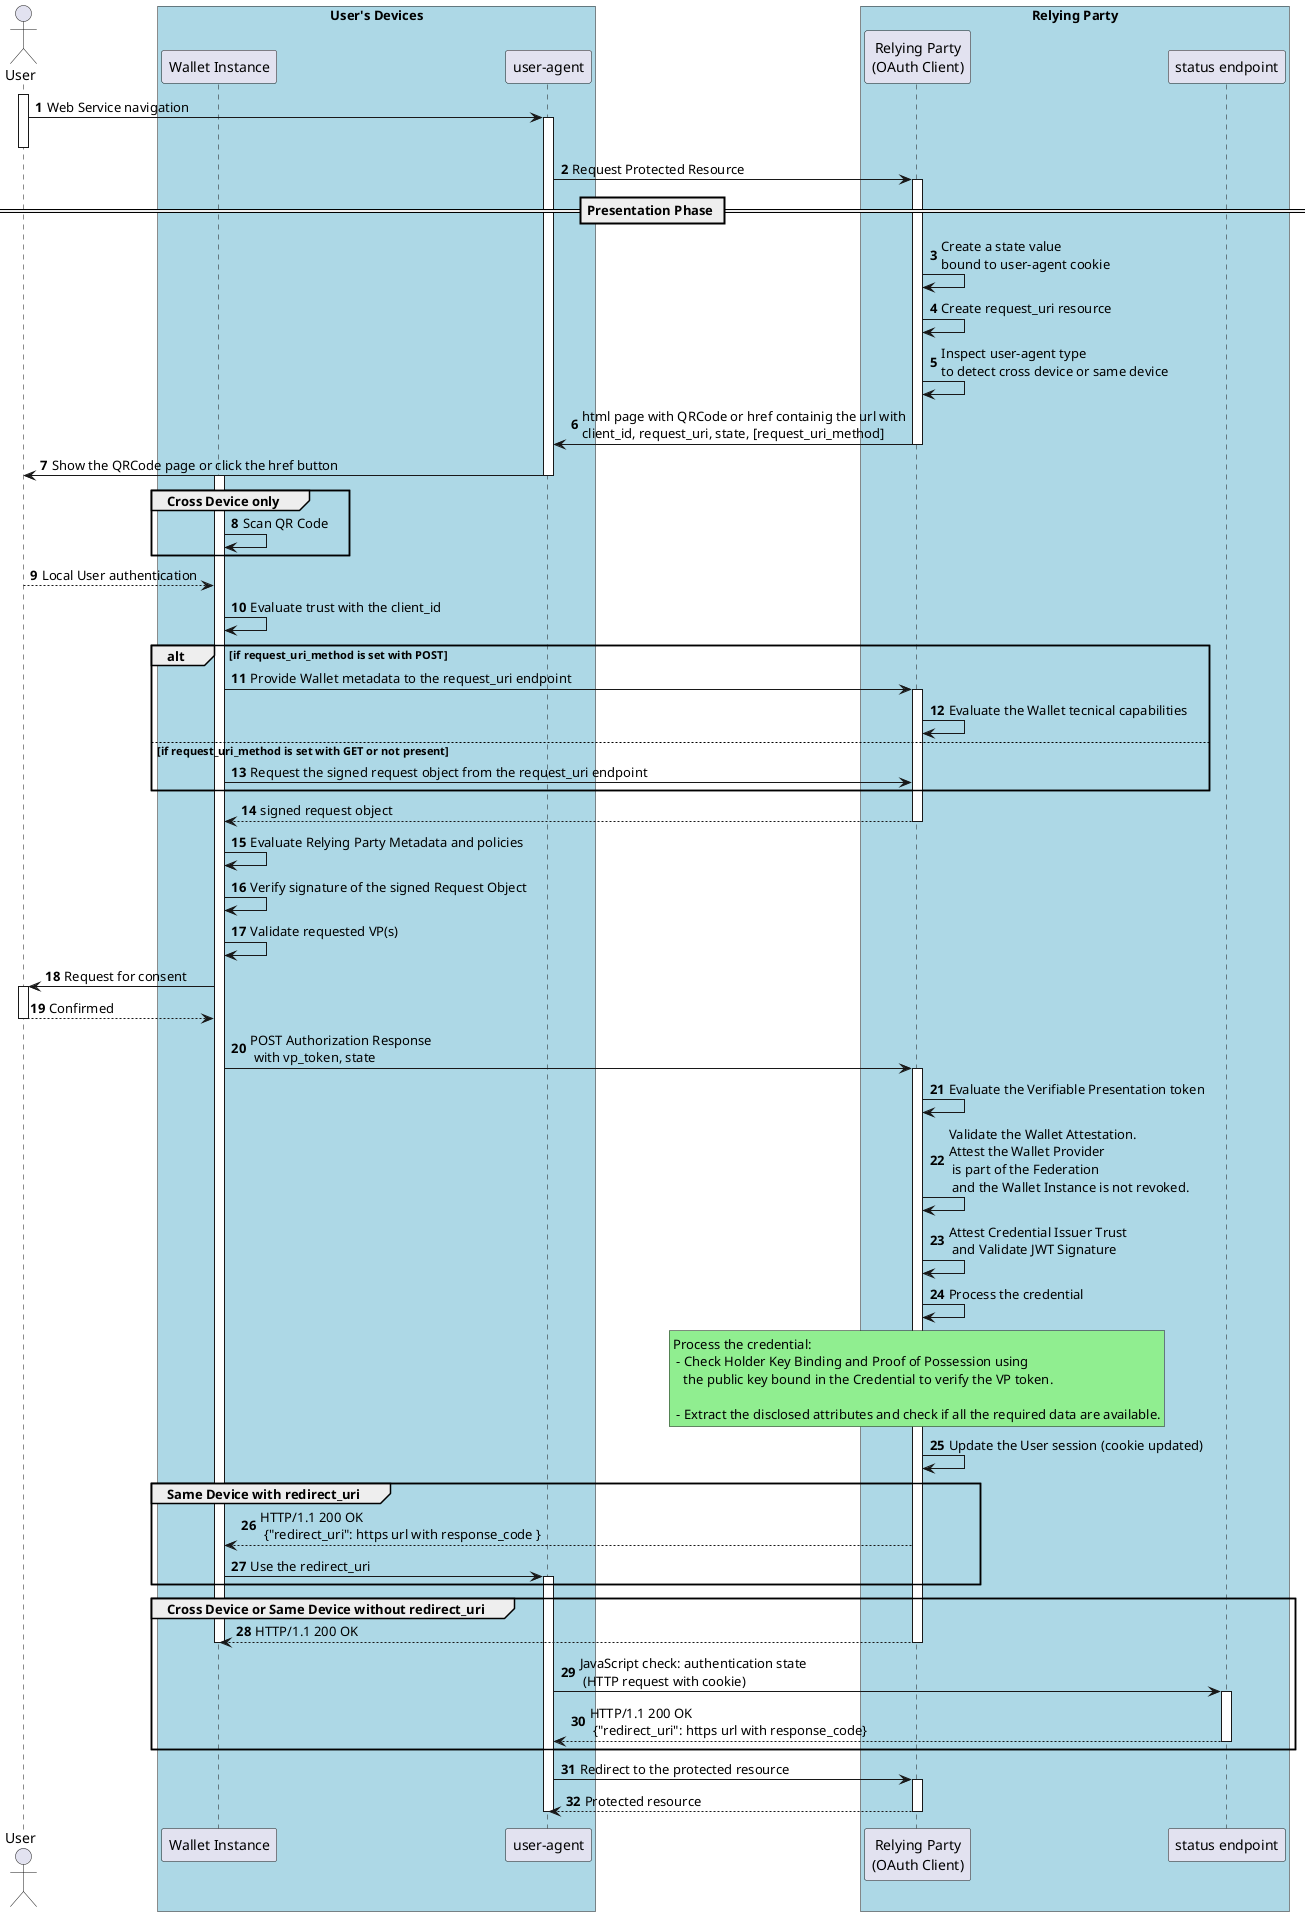
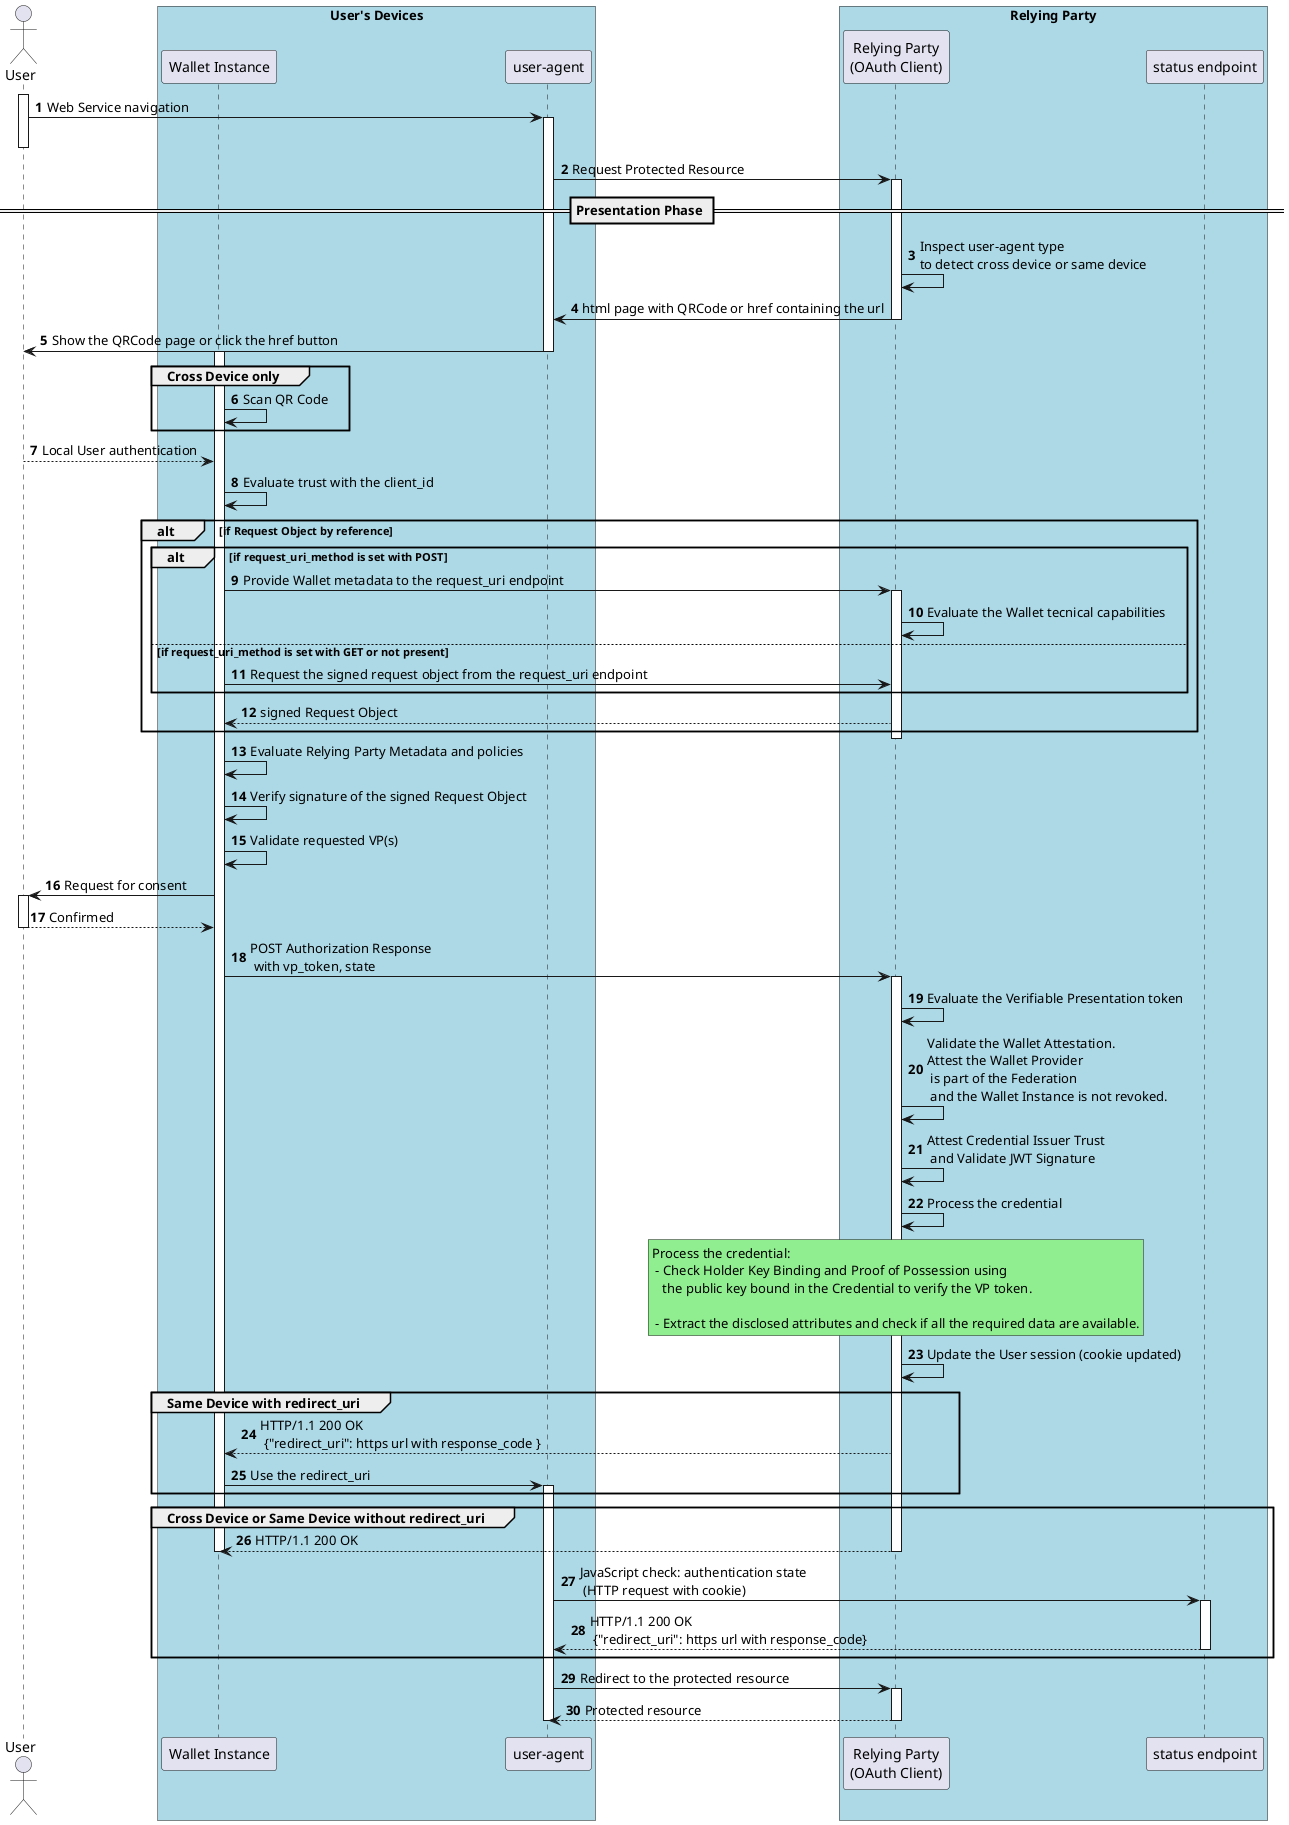
- @startuml Low-Level Remote Protocol Flow
+ @startuml
autonumber


Actor "User" as u

box "User's Devices" #LightBlue
participant "Wallet Instance" as w
participant "user-agent" as ua
end box

box "Relying Party" #LightBlue
participant "Relying Party\n(OAuth Client)" as ve
participant "status endpoint" as se
end box



activate u
u -> ua: Web Service navigation
activate ua
deactivate u
ua -> ve: Request Protected Resource

== Presentation Phase ==
activate ve
- ve -> ve: Create a state value\nbound to user-agent cookie
- ve -> ve: Create request_uri resource
ve -> ve: Inspect user-agent type\nto detect cross device or same device
- ve -> ua: html page with QRCode or href containig the url with\nclient_id, request_uri, state, [request_uri_method]
+ ve -> ua: html page with QRCode or href containing the url
deactivate ve


ua -> u: Show the QRCode page or click the href button
deactivate ua
activate w

group Cross Device only
w -> w: Scan QR Code
end

u --> w: Local User authentication

w -> w: Evaluate trust with the client_id

- alt if request_uri_method is set with POST
-     w -> ve: Provide Wallet metadata to the request_uri endpoint
-     activate ve
-     ve -> ve: Evaluate the Wallet tecnical capabilities
- else if request_uri_method is set with GET or not present
-    w -> ve: Request the signed request object from the request_uri endpoint
+ alt if Request Object by reference
+     alt if request_uri_method is set with POST
+        w -> ve: Provide Wallet metadata to the request_uri endpoint
+        activate ve
+        ve -> ve: Evaluate the Wallet tecnical capabilities
+    else if request_uri_method is set with GET or not present
+        w -> ve: Request the signed request object from the request_uri endpoint
+    end
+ 
+    ve --> w: signed Request Object
+ 
end

- ve --> w: signed request object
deactivate ve


w -> w: Evaluate Relying Party Metadata and policies
w -> w: Verify signature of the signed Request Object
w -> w: Validate requested VP(s)
w -> u: Request for consent
activate u
u --> w: Confirmed
deactivate u
w -> ve: POST Authorization Response \n with vp_token, state
activate ve
ve -> ve: Evaluate the Verifiable Presentation token
ve -> ve: Validate the Wallet Attestation. \nAttest the Wallet Provider\n is part of the Federation\n and the Wallet Instance is not revoked.
ve -> ve: Attest Credential Issuer Trust\n and Validate JWT Signature
ve -> ve: Process the credential

rnote over ve #LIGHTGREEN
Process the credential:
 - Check Holder Key Binding and Proof of Possession using
   the public key bound in the Credential to verify the VP token.

 - Extract the disclosed attributes and check if all the required data are available.
endrnote

ve -> ve: Update the User session (cookie updated)


group Same Device with redirect_uri
ve --> w: HTTP/1.1 200 OK\n {"redirect_uri": https url with response_code }
w -> ua: Use the redirect_uri
activate ua
end

group Cross Device or Same Device without redirect_uri
ve --> w: HTTP/1.1 200 OK
deactivate w
deactivate ve
ua -> se:  JavaScript check: authentication state \n (HTTP request with cookie)
activate se
se --> ua: HTTP/1.1 200 OK\n {"redirect_uri": https url with response_code}

deactivate se

end


ua -> ve: Redirect to the protected resource
activate ve
ve --> ua: Protected resource

deactivate ua
deactivate ve
- @enduml+ @enduml
